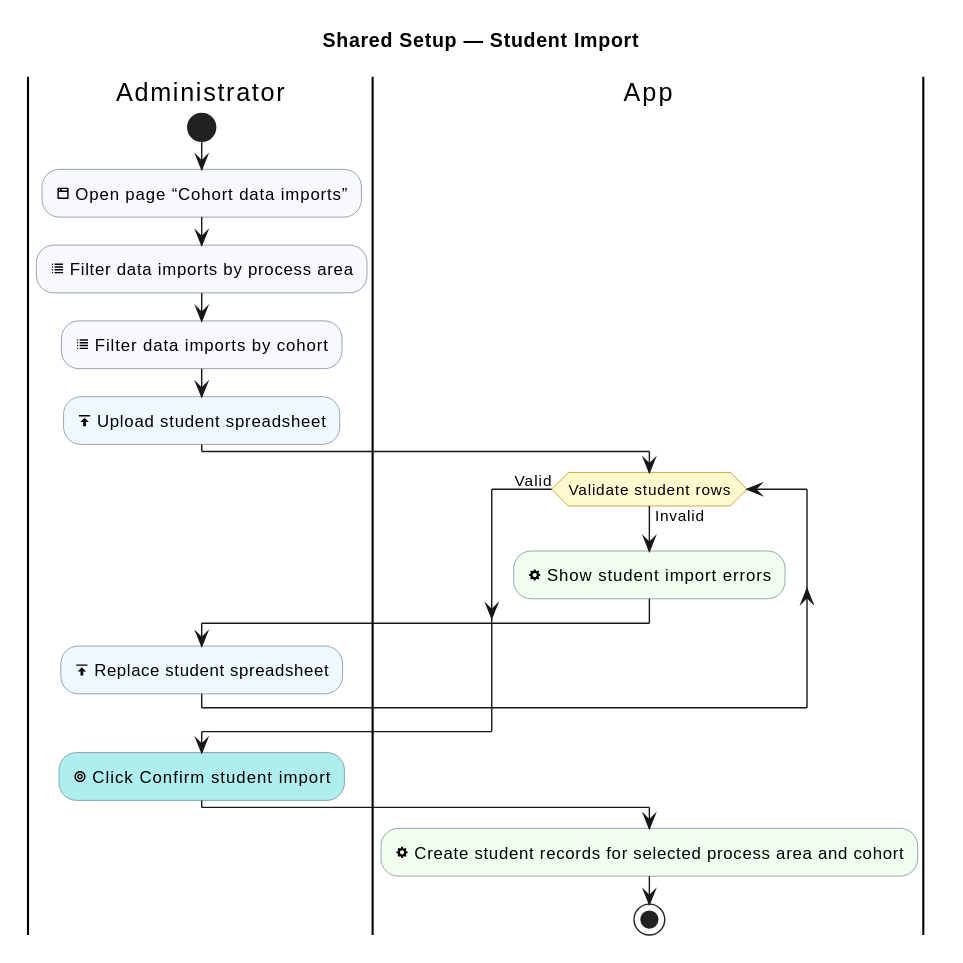
Above: industrial-placement-group-project/diagrams/shared-setup/student-import.svg in sdflkjssl/sdflkjssl.github.io (PlantUML), before the change.
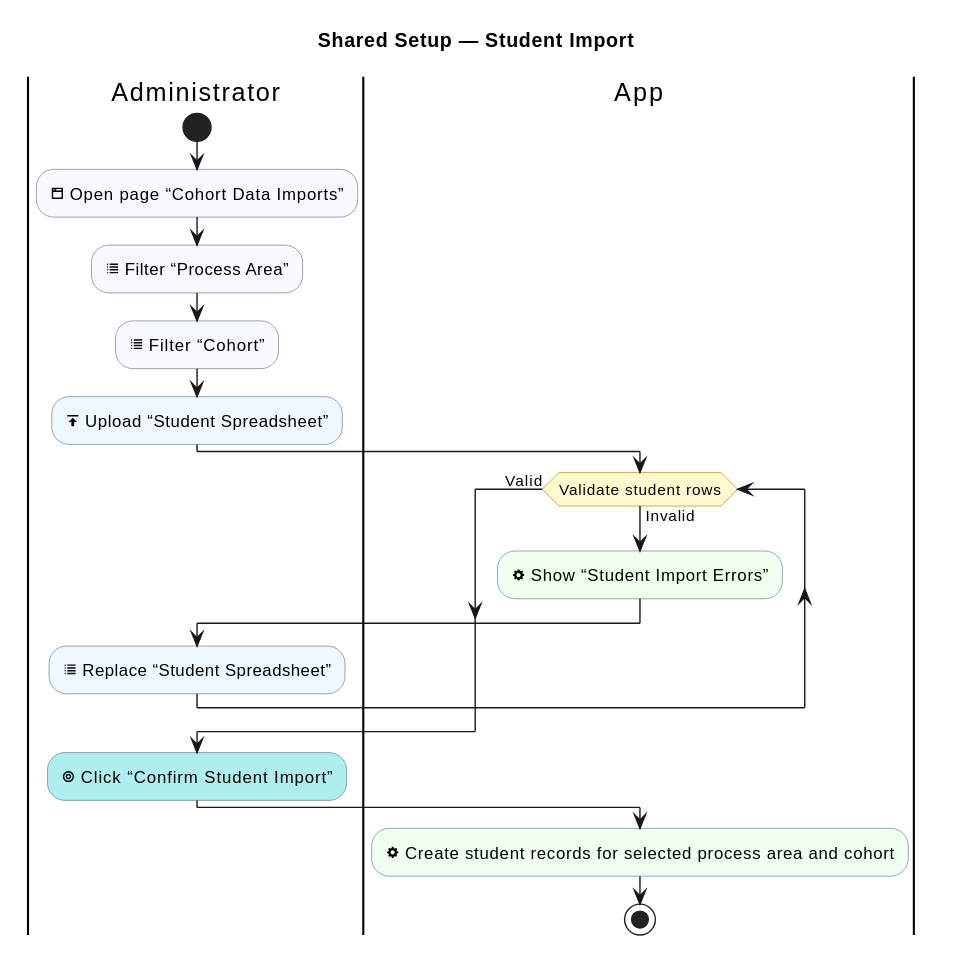
Above is the later version.

Change to the diagram source:
```diff
@@ -12,21 +12,21 @@
 
 |Administrator|
 start
-:<&browser> Open page “Cohort data imports”; <<#GhostWhite>>
-:<&list> Filter data imports by process area; <<#GhostWhite>>
-:<&list> Filter data imports by cohort; <<#GhostWhite>>
-:<&data-transfer-upload> Upload student spreadsheet; <<#AliceBlue>>
+:<&browser> Open page “Cohort Data Imports”; <<#GhostWhite>>
+:<&list> Filter “Process Area”; <<#GhostWhite>>
+:<&list> Filter “Cohort”; <<#GhostWhite>>
+:<&data-transfer-upload> Upload “Student Spreadsheet”; <<#AliceBlue>>
 
 |App|
 while (Validate student rows) is (Invalid)
-  :<&cog> Show student import errors; <<#HoneyDew>>
+  :<&cog> Show “Student Import Errors”; <<#HoneyDew>>
   |Administrator|
-  :<&data-transfer-upload> Replace student spreadsheet; <<#AliceBlue>>
+  :<&list> Replace “Student Spreadsheet”; <<#AliceBlue>>
   |App|
 endwhile (Valid)
 
 |Administrator|
-:<&target> Click Confirm student import; <<#PaleTurquoise>>
+:<&target> Click “Confirm Student Import”; <<#PaleTurquoise>>
 |App|
 :<&cog> Create student records for selected process area and cohort; <<#HoneyDew>>
 stop
```
